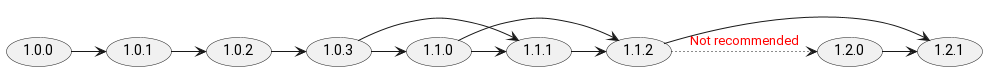
Earlier version of the PlantUML export static/img/harvester-upg.png (jhkrug/hw-diag). The source it was exported from:
```plantuml
@startuml
  (1.0.0) -> (1.0.1)
  (1.0.1) -> (1.0.2)
  (1.0.2) -> (1.0.3)
  (1.0.3) -> (1.1.0)
  (1.0.3) -> (1.1.1)
  (1.1.0) -> (1.1.1)
  (1.1.0) -> (1.1.2)
  (1.1.1) -> (1.1.2)
  (1.1.2) -> (1.2.0) #line.dotted;text:red : Not recommended
  (1.2.0) -> (1.2.1)
  (1.1.2) -> (1.2.1)
@enduml
```
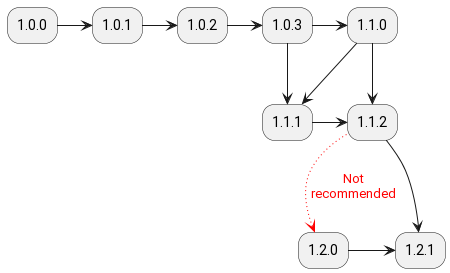
Later version of the same file.

Commit message:
More with PlantUML on the upgrade paths example.

Change to the diagram source:
```diff
@@ -1,13 +1,23 @@
 @startuml
-  (1.0.0) -> (1.0.1)
-  (1.0.1) -> (1.0.2)
-  (1.0.2) -> (1.0.3)
-  (1.0.3) -> (1.1.0)
-  (1.0.3) -> (1.1.1)
-  (1.1.0) -> (1.1.1)
-  (1.1.0) -> (1.1.2)
-  (1.1.1) -> (1.1.2)
-  (1.1.2) -> (1.2.0) #line.dotted;text:red : Not recommended
-  (1.2.0) -> (1.2.1)
-  (1.1.2) -> (1.2.1)
+    skinparam roundcorner 25
+    rectangle "1.0.0" as rel.1.0.0
+    rectangle "1.0.1" as rel.1.0.1
+    rectangle "1.0.2" as rel.1.0.2
+    rectangle "1.0.3" as rel.1.0.3
+    rectangle "1.1.0" as rel.1.1.0
+    rectangle "1.1.1" as rel.1.1.1
+    rectangle "1.1.2" as rel.1.1.2
+    rectangle "1.2.0" as rel.1.2.0
+    rectangle "1.2.1" as rel.1.2.1
+    rel.1.0.0 -> rel.1.0.1
+    rel.1.0.1 -> rel.1.0.2
+    rel.1.0.2 -> rel.1.0.3
+    rel.1.0.3 -> rel.1.1.0
+    rel.1.0.3 --> rel.1.1.1
+    rel.1.1.0 --> rel.1.1.1
+    rel.1.1.0 -> rel.1.1.2
+    rel.1.1.1 -> rel.1.1.2
+    rel.1.1.2 --> rel.1.2.0 #line.dotted;line:red;text:red : Not\nrecommended
+    rel.1.2.0 -> rel.1.2.1
+    rel.1.1.2 -> rel.1.2.1
 @enduml
```
